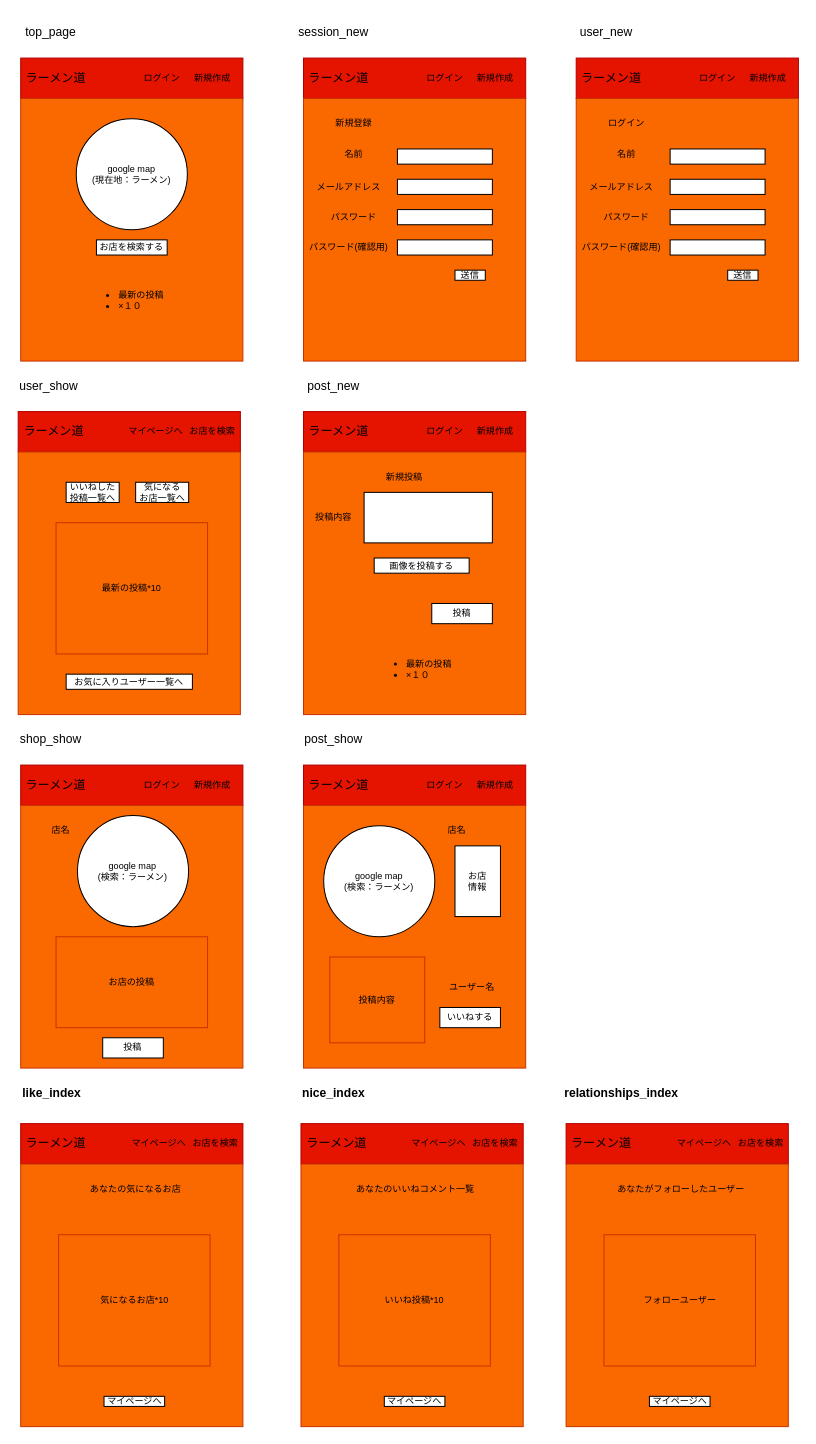
The draw.io diagram ラフ画像.dio in soratanaka/ramen_portfolio, before the edit. Source tidied: cells renumbered, new cells numbered last; positions are measured from the earlier drawing's top-left corner, leaving out a move shared by most shapes. Both pictures are drawn from the tidied source at 101%, with x=0, y=0 at pixel (18, 17).
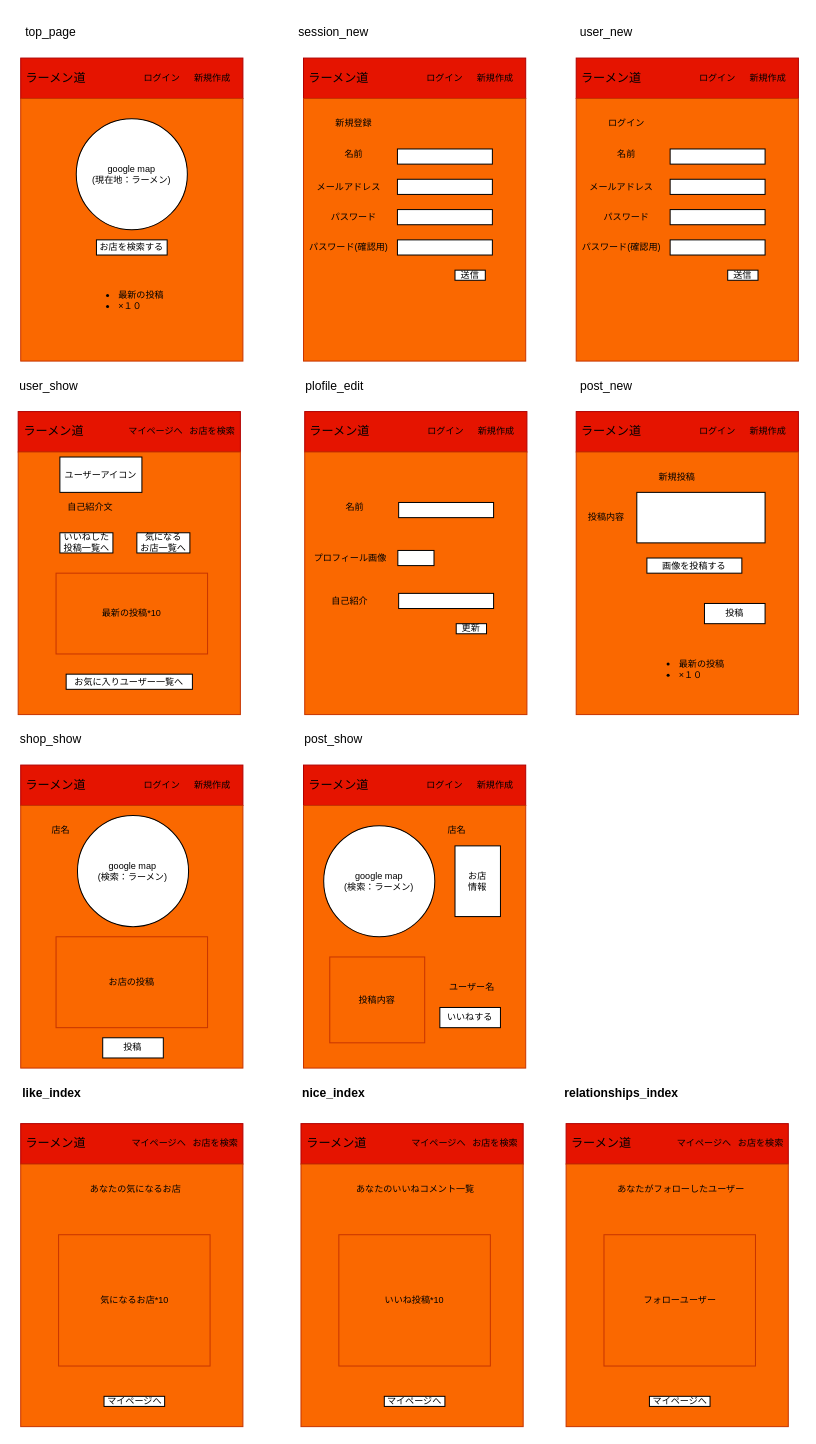
Above is the later version.

Change to the diagram source:
```diff
@@
     <mxCell id="49" value="最新の投稿*10" style="rounded=0;whiteSpace=wrap;html=1;fontSize=9;fillColor=#fa6800;fontColor=#000000;strokeColor=#C73500;" parent="1" vertex="1">
-      <mxGeometry x="37" y="500" width="150" height="130" as="geometry" />
+      <mxGeometry x="37" y="550" width="150" height="80" as="geometry" />
     </mxCell>
     <mxCell id="50" value="いいねした投稿一覧へ" style="rounded=0;whiteSpace=wrap;html=1;fontSize=9;" parent="1" vertex="1">
-      <mxGeometry x="47" y="460" width="52.5" height="20" as="geometry" />
+      <mxGeometry x="40.8" y="510" width="52.5" height="20" as="geometry" />
     </mxCell>
@@
     <mxCell id="52" value="気になる&lt;br&gt;お店一覧へ" style="rounded=0;whiteSpace=wrap;html=1;fontSize=9;" parent="1" vertex="1">
-      <mxGeometry x="115.8" y="460" width="52.5" height="20" as="geometry" />
+      <mxGeometry x="117" y="510" width="52.5" height="20" as="geometry" />
     </mxCell>
     <mxCell id="53" style="rounded=0;whiteSpace=wrap;html=1;fillColor=#e51400;fontColor=#ffffff;strokeColor=#B20000;" parent="1" vertex="1">
-      <mxGeometry x="282" y="390" width="220" height="40" as="geometry" />
+      <mxGeometry x="552" y="390" width="220" height="40" as="geometry" />
     </mxCell>
     <mxCell id="54" style="rounded=0;whiteSpace=wrap;html=1;fillColor=#fa6800;fontColor=#000000;strokeColor=#C73500;" parent="1" vertex="1">
-      <mxGeometry x="282" y="430" width="220" height="260" as="geometry" />
+      <mxGeometry x="552" y="430" width="220" height="260" as="geometry" />
     </mxCell>
     <mxCell id="55" value="ラーメン道" style="text;html=1;strokeColor=none;fillColor=none;align=center;verticalAlign=middle;whiteSpace=wrap;rounded=0;" parent="1" vertex="1">
-      <mxGeometry x="282" y="395" width="70" height="30" as="geometry" />
+      <mxGeometry x="552" y="395" width="70" height="30" as="geometry" />
     </mxCell>
     <mxCell id="56" value="ログイン" style="text;html=1;strokeColor=none;fillColor=none;align=center;verticalAlign=middle;whiteSpace=wrap;rounded=0;fontSize=9;" parent="1" vertex="1">
-      <mxGeometry x="402" y="402.5" width="40" height="15" as="geometry" />
+      <mxGeometry x="672" y="402.5" width="40" height="15" as="geometry" />
     </mxCell>
     <mxCell id="57" value="新規作成" style="text;html=1;strokeColor=none;fillColor=none;align=center;verticalAlign=middle;whiteSpace=wrap;rounded=0;fontSize=9;" parent="1" vertex="1">
-      <mxGeometry x="452" y="402.5" width="40" height="15" as="geometry" />
+      <mxGeometry x="722" y="402.5" width="40" height="15" as="geometry" />
     </mxCell>
     <mxCell id="58" value="画像を投稿する" style="rounded=0;whiteSpace=wrap;html=1;fontSize=9;" parent="1" vertex="1">
-      <mxGeometry x="352" y="535" width="94" height="15" as="geometry" />
+      <mxGeometry x="622" y="535" width="94" height="15" as="geometry" />
     </mxCell>
     <mxCell id="59" style="rounded=0;whiteSpace=wrap;html=1;fontSize=9;" parent="1" vertex="1">
-      <mxGeometry x="342" y="470" width="127" height="50" as="geometry" />
+      <mxGeometry x="612" y="470" width="127" height="50" as="geometry" />
     </mxCell>
     <mxCell id="60" value="投稿内容" style="text;html=1;strokeColor=none;fillColor=none;align=center;verticalAlign=middle;whiteSpace=wrap;rounded=0;fontSize=9;" parent="1" vertex="1">
-      <mxGeometry x="282" y="480" width="60" height="30" as="geometry" />
+      <mxGeometry x="552" y="480" width="60" height="30" as="geometry" />
     </mxCell>
     <mxCell id="61" value="post_new" style="text;html=1;strokeColor=none;fillColor=none;align=center;verticalAlign=middle;whiteSpace=wrap;rounded=0;" parent="1" vertex="1">
-      <mxGeometry x="282" y="350" width="60" height="30" as="geometry" />
+      <mxGeometry x="552" y="350" width="60" height="30" as="geometry" />
     </mxCell>
     <mxCell id="62" value="投稿" style="rounded=0;whiteSpace=wrap;html=1;fontSize=9;" parent="1" vertex="1">
-      <mxGeometry x="409" y="580" width="60" height="20" as="geometry" />
+      <mxGeometry x="679" y="580" width="60" height="20" as="geometry" />
     </mxCell>
     <mxCell id="63" value="新規投稿" style="text;html=1;strokeColor=none;fillColor=none;align=center;verticalAlign=middle;whiteSpace=wrap;rounded=0;fontSize=9;" parent="1" vertex="1">
-      <mxGeometry x="352" y="440" width="60" height="30" as="geometry" />
+      <mxGeometry x="622" y="440" width="60" height="30" as="geometry" />
     </mxCell>
     <mxCell id="64" value="&lt;ul&gt;&lt;li&gt;最新の投稿&lt;/li&gt;&lt;li&gt;×１０&lt;/li&gt;&lt;/ul&gt;" style="text;strokeColor=none;fillColor=none;html=1;whiteSpace=wrap;verticalAlign=middle;overflow=hidden;fontSize=9;" parent="1" vertex="1">
-      <mxGeometry x="342" y="600" width="105" height="90" as="geometry" />
+      <mxGeometry x="612" y="600" width="105" height="90" as="geometry" />
     </mxCell>
@@
+    <mxCell id="114" value="ユーザーアイコン" style="rounded=0;whiteSpace=wrap;html=1;fontSize=9;" parent="1" vertex="1">
+      <mxGeometry x="40.8" y="435" width="81.2" height="35" as="geometry" />
+    </mxCell>
+    <mxCell id="115" value="自己紹介文" style="text;html=1;strokeColor=none;fillColor=none;align=center;verticalAlign=middle;whiteSpace=wrap;rounded=0;fontSize=9;" parent="1" vertex="1">
+      <mxGeometry x="40.8" y="470" width="60" height="30" as="geometry" />
+    </mxCell>
+    <mxCell id="116" style="rounded=0;whiteSpace=wrap;html=1;fillColor=#e51400;fontColor=#ffffff;strokeColor=#B20000;" parent="1" vertex="1">
+      <mxGeometry x="283.2" y="390" width="220" height="40" as="geometry" />
+    </mxCell>
+    <mxCell id="117" style="rounded=0;whiteSpace=wrap;html=1;fillColor=#fa6800;fontColor=#000000;strokeColor=#C73500;" parent="1" vertex="1">
+      <mxGeometry x="283.2" y="430" width="220" height="260" as="geometry" />
+    </mxCell>
+    <mxCell id="118" value="ラーメン道" style="text;html=1;strokeColor=none;fillColor=none;align=center;verticalAlign=middle;whiteSpace=wrap;rounded=0;" parent="1" vertex="1">
+      <mxGeometry x="283.2" y="395" width="70" height="30" as="geometry" />
+    </mxCell>
+    <mxCell id="119" value="ログイン" style="text;html=1;strokeColor=none;fillColor=none;align=center;verticalAlign=middle;whiteSpace=wrap;rounded=0;fontSize=9;" parent="1" vertex="1">
+      <mxGeometry x="403.2" y="402.5" width="40" height="15" as="geometry" />
+    </mxCell>
+    <mxCell id="120" value="新規作成" style="text;html=1;strokeColor=none;fillColor=none;align=center;verticalAlign=middle;whiteSpace=wrap;rounded=0;fontSize=9;" parent="1" vertex="1">
+      <mxGeometry x="453.2" y="402.5" width="40" height="15" as="geometry" />
+    </mxCell>
+    <mxCell id="121" style="rounded=0;whiteSpace=wrap;html=1;fontSize=9;" parent="1" vertex="1">
+      <mxGeometry x="375.4" y="527.5" width="35.8" height="15" as="geometry" />
+    </mxCell>
+    <mxCell id="122" style="rounded=0;whiteSpace=wrap;html=1;fontSize=9;" parent="1" vertex="1">
+      <mxGeometry x="376.2" y="570" width="94" height="15" as="geometry" />
+    </mxCell>
+    <mxCell id="123" style="rounded=0;whiteSpace=wrap;html=1;fontSize=9;" parent="1" vertex="1">
+      <mxGeometry x="376.2" y="480" width="94" height="15" as="geometry" />
+    </mxCell>
+    <mxCell id="124" value="名前" style="text;html=1;strokeColor=none;fillColor=none;align=center;verticalAlign=middle;whiteSpace=wrap;rounded=0;fontSize=9;" parent="1" vertex="1">
+      <mxGeometry x="303.2" y="480" width="60" height="10" as="geometry" />
+    </mxCell>
+    <mxCell id="125" value="プロフィール画像" style="text;html=1;strokeColor=none;fillColor=none;align=center;verticalAlign=middle;whiteSpace=wrap;rounded=0;fontSize=9;" parent="1" vertex="1">
+      <mxGeometry x="287.6" y="530" width="81.2" height="10" as="geometry" />
+    </mxCell>
+    <mxCell id="126" value="自己紹介" style="text;html=1;strokeColor=none;fillColor=none;align=center;verticalAlign=middle;whiteSpace=wrap;rounded=0;fontSize=9;" parent="1" vertex="1">
+      <mxGeometry x="283.2" y="572.5" width="90" height="10" as="geometry" />
+    </mxCell>
+    <mxCell id="127" value="plofile_edit" style="text;html=1;strokeColor=none;fillColor=none;align=center;verticalAlign=middle;whiteSpace=wrap;rounded=0;" parent="1" vertex="1">
+      <mxGeometry x="283.2" y="350" width="60" height="30" as="geometry" />
+    </mxCell>
+    <mxCell id="128" value="更新" style="rounded=0;whiteSpace=wrap;html=1;fontSize=9;" parent="1" vertex="1">
+      <mxGeometry x="433.2" y="600" width="30" height="10" as="geometry" />
+    </mxCell>
```
